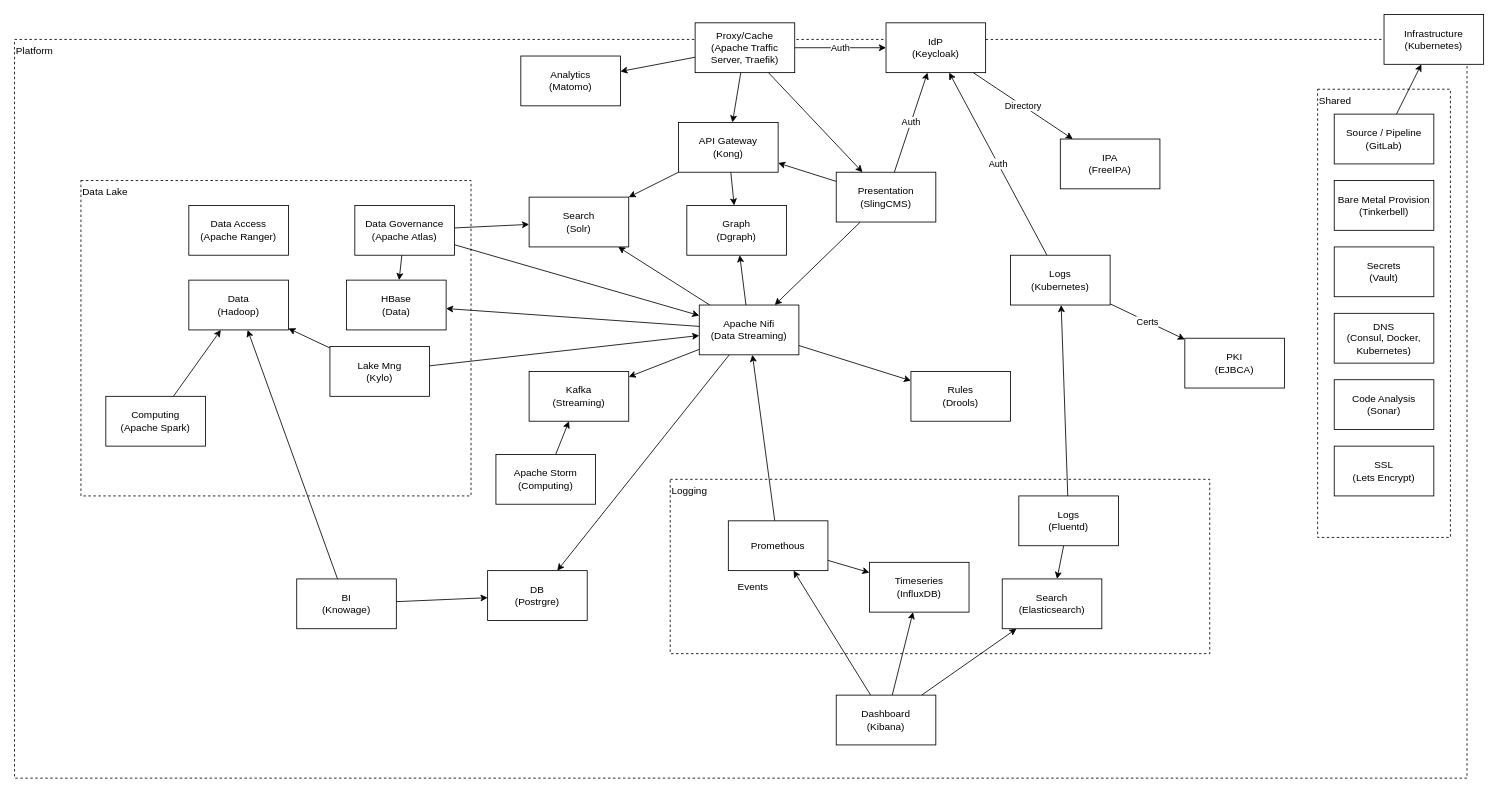
The draw.io diagram _gxp/diagrams/GXP-Architecture.drawio in governance-foundation/governance.foundation, before the edit. Source tidied: cells renumbered, new cells numbered last; positions are measured from the earlier drawing's top-left corner, leaving out a move shared by most shapes. Both pictures are drawn from the tidied source at 83%, with x=0, y=0 at pixel (14, 14).
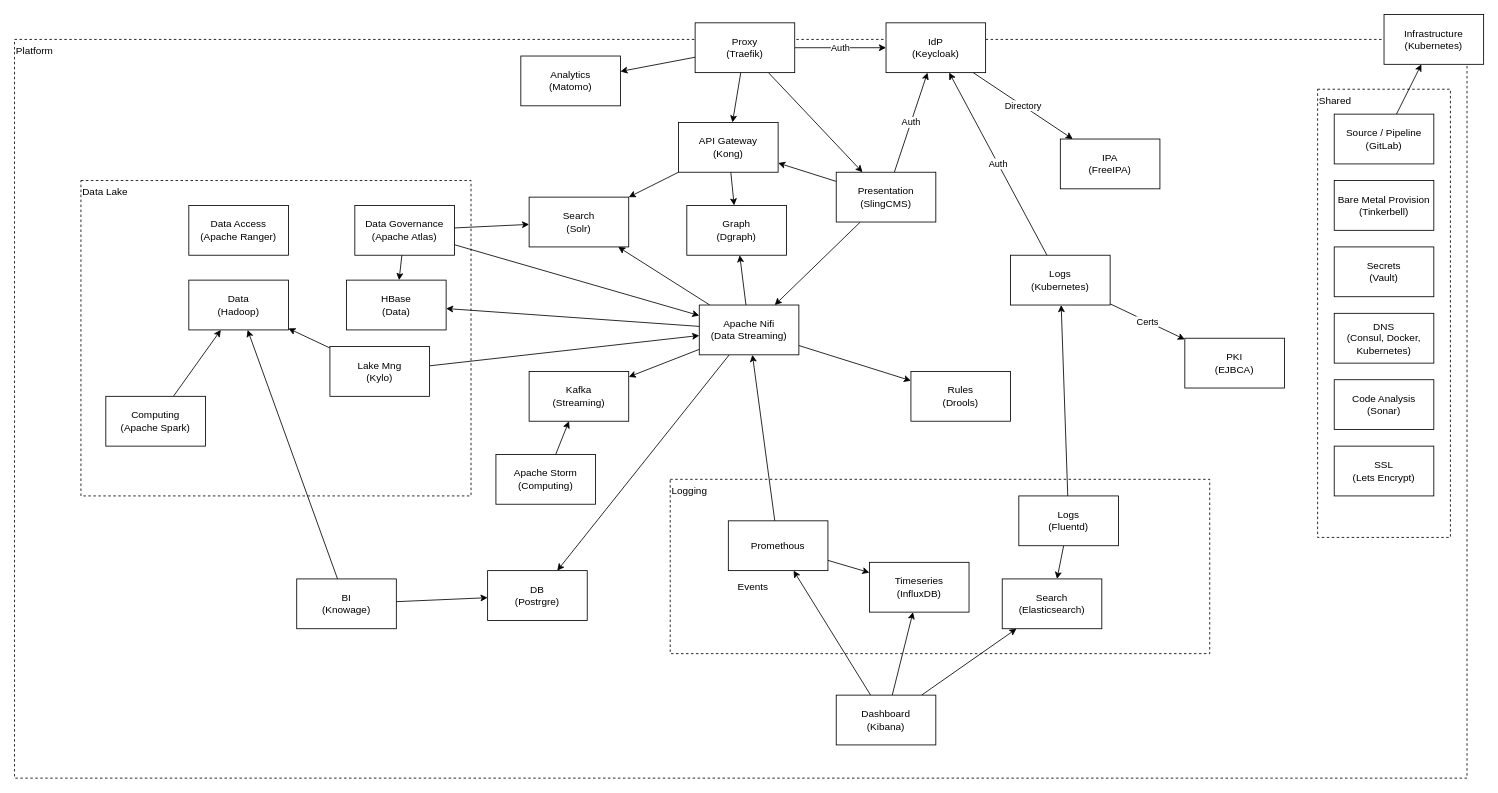
The same diagram, later.

Commit message:
update architecture diagram.

Diff of the diagram source:
```diff
@@
-    <mxCell id="30" value="&lt;div&gt;Proxy/Cache&lt;/div&gt;&lt;div&gt;(Apache Traffic Server, Traefik)&lt;/div&gt;" style="rounded=0;whiteSpace=wrap;html=1;" parent="1" vertex="1">
+    <mxCell id="30" value="&lt;div&gt;&lt;span&gt;Proxy&lt;/span&gt;&lt;/div&gt;&lt;div&gt;&lt;span&gt;(Traefik)&lt;/span&gt;&lt;br&gt;&lt;/div&gt;" style="rounded=0;whiteSpace=wrap;html=1;" parent="1" vertex="1">
       <mxGeometry x="820" y="10" width="120" height="60" as="geometry" />
     </mxCell>
```
